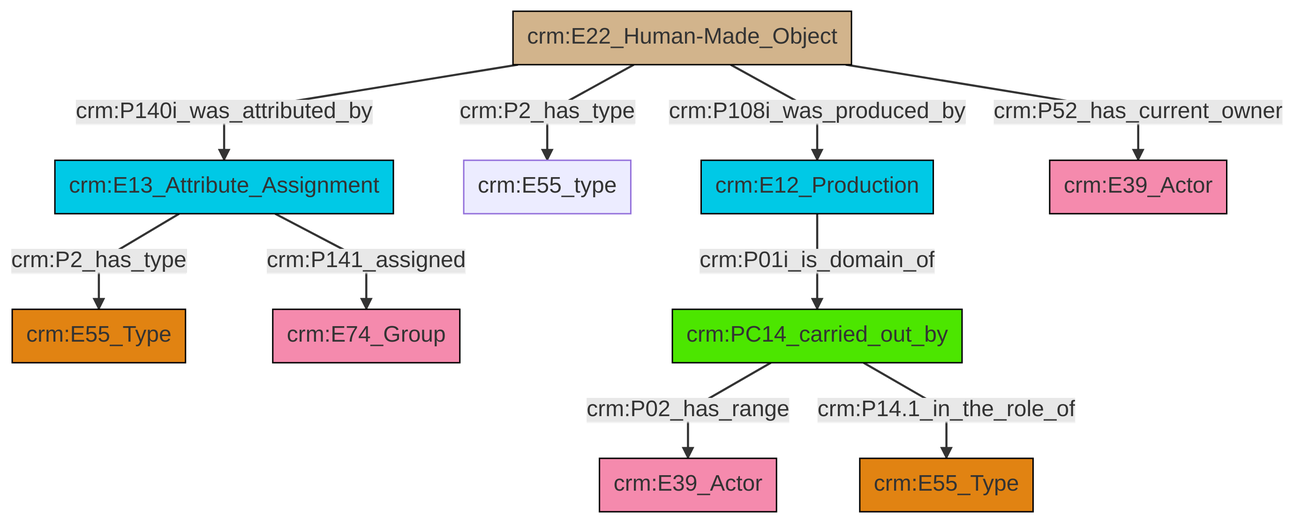
Earlier version of the Mermaid export et/builtWorkCSV/ttl/mmd/png/Built_Work_actor_relations.png (swiss-art-research-net/docs.swissartresearch). Its source is kept beside it as et/builtWorkCSV/ttl/mmd/Built_Work_actor_relations.ttl.mmd.
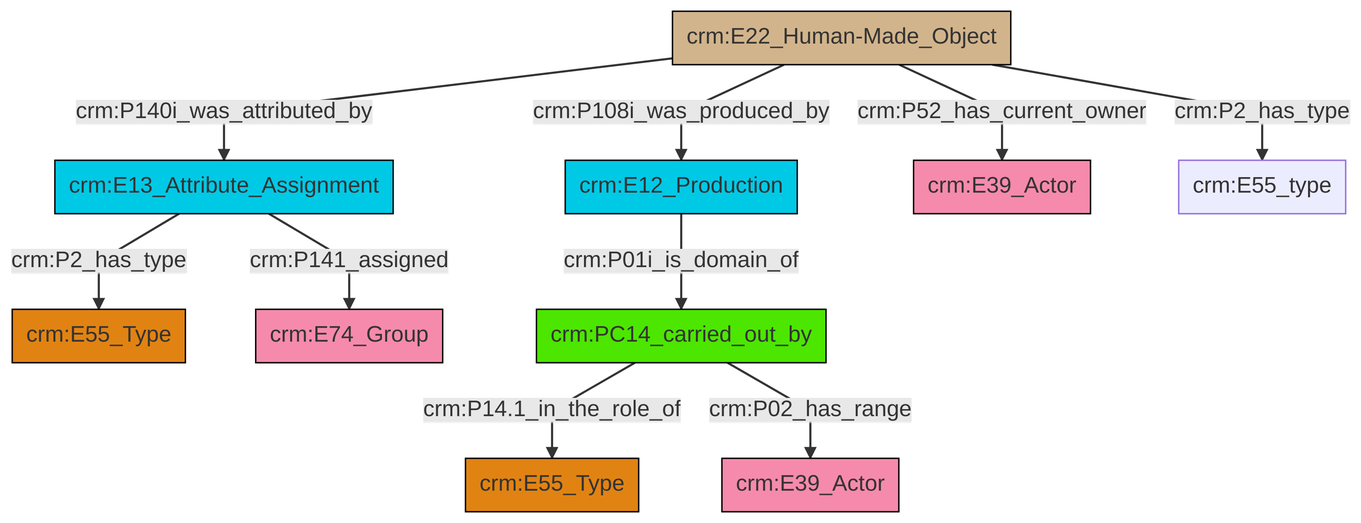
The same file after the commit.

What changed in the source:
```diff
@@ -13,12 +13,12 @@
 classDef PC_Classes fill:#4ce600, stroke:#000000;
 classDef Multi fill:#cccccc,stroke:#000000;
 
-4["crm:E22_Human-Made_Object"]:::Physical_Thing -->|crm:P140i_was_attributed_by| 5["crm:E13_Attribute_Assignment"]:::Temporal_Entity
-10["crm:PC14_carried_out_by"]:::PC_Classes -->|crm:P02_has_range| 11["crm:E39_Actor"]:::Actor
-5["crm:E13_Attribute_Assignment"]:::Temporal_Entity -->|crm:P141_assigned| 2["crm:E74_Group"]:::Actor
-5["crm:E13_Attribute_Assignment"]:::Temporal_Entity -->|crm:P2_has_type| 0["crm:E55_Type"]:::Type
-13["crm:E12_Production"]:::Temporal_Entity -->|crm:P01i_is_domain_of| 10["crm:PC14_carried_out_by"]:::PC_Classes
-4["crm:E22_Human-Made_Object"]:::Physical_Thing -->|crm:P108i_was_produced_by| 13["crm:E12_Production"]:::Temporal_Entity
-4["crm:E22_Human-Made_Object"]:::Physical_Thing -->|crm:P2_has_type| 6["crm:E55_type"]:::Default
+2["crm:E13_Attribute_Assignment"]:::Temporal_Entity -->|crm:P2_has_type| 3["crm:E55_Type"]:::Type
+4["crm:E22_Human-Made_Object"]:::Physical_Thing -->|crm:P140i_was_attributed_by| 2["crm:E13_Attribute_Assignment"]:::Temporal_Entity
+2["crm:E13_Attribute_Assignment"]:::Temporal_Entity -->|crm:P141_assigned| 5["crm:E74_Group"]:::Actor
+4["crm:E22_Human-Made_Object"]:::Physical_Thing -->|crm:P108i_was_produced_by| 6["crm:E12_Production"]:::Temporal_Entity
 4["crm:E22_Human-Made_Object"]:::Physical_Thing -->|crm:P52_has_current_owner| 16["crm:E39_Actor"]:::Actor
-10["crm:PC14_carried_out_by"]:::PC_Classes -->|crm:P14.1_in_the_role_of| 8["crm:E55_Type"]:::Type
+4["crm:E22_Human-Made_Object"]:::Physical_Thing -->|crm:P2_has_type| 17["crm:E55_type"]:::Default
+11["crm:PC14_carried_out_by"]:::PC_Classes -->|crm:P14.1_in_the_role_of| 13["crm:E55_Type"]:::Type
+11["crm:PC14_carried_out_by"]:::PC_Classes -->|crm:P02_has_range| 0["crm:E39_Actor"]:::Actor
+6["crm:E12_Production"]:::Temporal_Entity -->|crm:P01i_is_domain_of| 11["crm:PC14_carried_out_by"]:::PC_Classes
```
